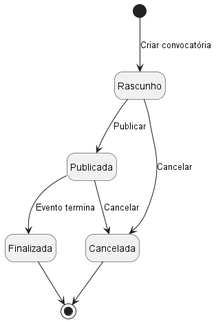
MartiGames8899/LI4 keeps this PlantUML diagram as Relatorio/RelatorioFinal/images/maquina_estados_convocatoria.png. Above is the earlier version. The source it was exported from:
```plantuml
@startuml maquina_estados_convocatoria

skinparam monochrome true
skinparam shadowing false
hide empty description

[*] --> Rascunho : Criar convocatória

Rascunho --> Publicada : Publicar
Rascunho --> Cancelada : Cancelar

Publicada --> Finalizada : Evento termina
Publicada --> Cancelada : Cancelar

Finalizada --> [*]
Cancelada --> [*]

@enduml
```
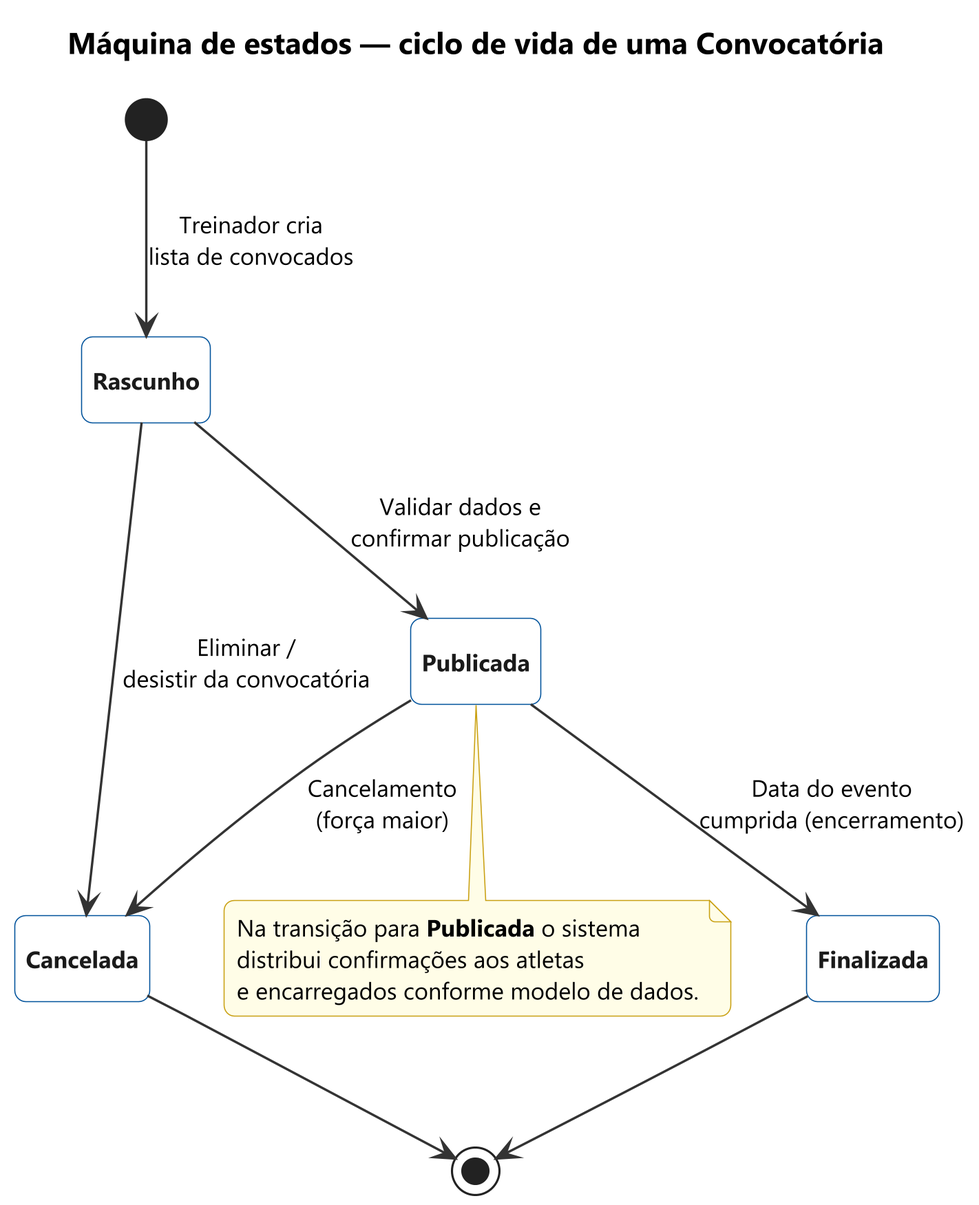
The same diagram one commit later.

The edit, as a diff of the source:
```diff
@@ -1,18 +1,31 @@
 @startuml maquina_estados_convocatoria
+!include _cap_skin.puml
 
-skinparam monochrome true
-skinparam shadowing false
+title Máquina de estados — ciclo de vida de uma **Convocatória**
+
+skinparam StateFontStyle bold
 hide empty description
 
-[*] --> Rascunho : Criar convocatória
+state "Rascunho" as Rasc
+state "Publicada" as Pub
+state "Finalizada" as Fin
+state "Cancelada" as Canc
 
-Rascunho --> Publicada : Publicar
-Rascunho --> Cancelada : Cancelar
+[*] --> Rasc : Treinador cria\nlista de convocados
 
-Publicada --> Finalizada : Evento termina
-Publicada --> Cancelada : Cancelar
+Rasc --> Pub : Validar dados e\nconfirmar publicação
+Rasc --> Canc : Eliminar /\ndesistir da convocatória
 
-Finalizada --> [*]
-Cancelada --> [*]
+Pub --> Fin : Data do evento\ncumprida (encerramento)
+Pub --> Canc : Cancelamento\n(força maior)
+
+Fin --> [*]
+Canc --> [*]
+
+note bottom of Pub
+  Na transição para **Publicada** o sistema
+  distribui confirmações aos atletas
+  e encarregados conforme modelo de dados.
+end note
 
 @enduml
```
